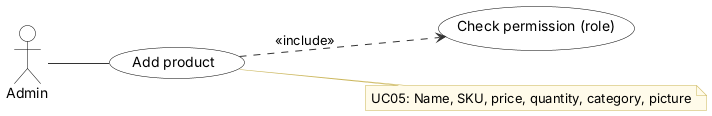
Earlier version of the PlantUML export diagrams/uml/14_UC05_add_product.png (JmlAsync/inventory-pos-system). Its diagram source:
```plantuml
@startuml
skinparam defaultFontName Arial
skinparam shadowing false
skinparam ArrowColor #333333
skinparam rectangle {
  BackgroundColor White
  BorderColor Black
}
skinparam usecase {
  BackgroundColor White
  BorderColor Black
}
skinparam class {
  BackgroundColor White
  BorderColor Black
  HeaderBackgroundColor #E6F1EE
}
skinparam activity {
  BackgroundColor White
  BorderColor Black
}
skinparam state {
  BackgroundColor White
  BorderColor Black
}
skinparam sequence {
  ParticipantBackgroundColor White
  ParticipantBorderColor Black
  LifeLineBorderColor #888888
  ActorBorderColor Black
  ActorBackgroundColor White
}
skinparam note {
  BackgroundColor #FFFBEA
  BorderColor #C9B458
}
skinparam swimlaneWidth same
hide circle

left to right direction
actor "Admin" as Admin
usecase "Add product" as U
usecase "Check permission (role)" as I0
U ..> I0 : <<include>>
Admin -- U
note right of U
  UC05: Name, SKU, price, quantity, category, picture
end note
@enduml
```
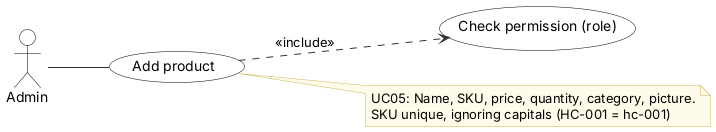
The same diagram one commit later.

What changed in the source:
```diff
@@ -44,6 +44,7 @@
 U ..> I0 : <<include>>
 Admin -- U
 note right of U
-  UC05: Name, SKU, price, quantity, category, picture
+  UC05: Name, SKU, price, quantity, category, picture.
+  SKU unique, ignoring capitals (HC-001 = hc-001)
 end note
 @enduml
```
